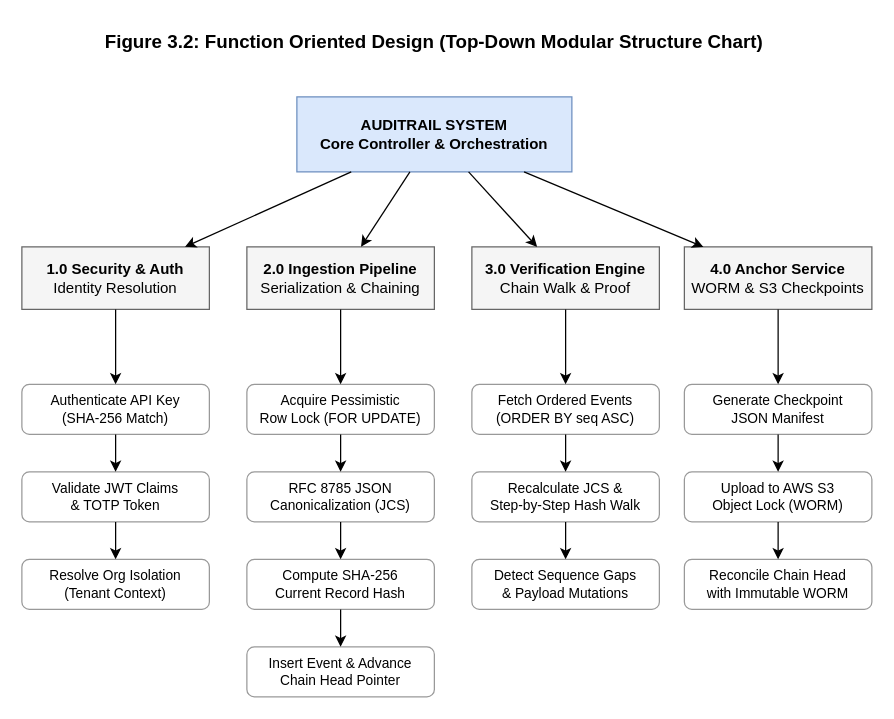
YashBiware/AuditRail keeps this draw.io diagram as diagrams/drawio_xml/3.2_function_oriented_design.drawio.xml. Above is the earlier version. Source tidied: cells renumbered, new cells numbered last; positions are measured from the earlier drawing's top-left corner, leaving out a move shared by most shapes. Both pictures are drawn from the tidied source at 125%, with x=0, y=0 at pixel (21, 21).
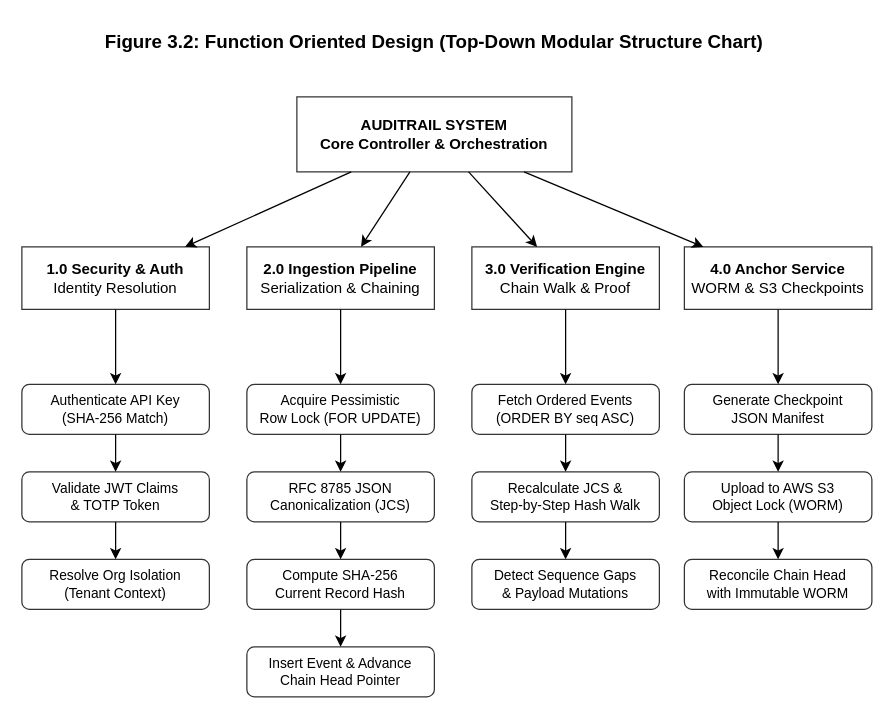
The same page after the edit.

The edit, as a diff of the source:
```diff
@@
-<mxGraphModel>
+<mxGraphModel background="#ffffff">
@@
-    <mxCell id="3" value="&lt;b&gt;AUDITRAIL SYSTEM&lt;/b&gt;&lt;br&gt;Core Controller &amp;amp; Orchestration" style="rounded=0;whiteSpace=wrap;html=1;fillColor=#dae8fc;strokeColor=#6c8ebf;fontStyle=1;" parent="1" vertex="1">
+    <mxCell id="3" value="&lt;b&gt;AUDITRAIL SYSTEM&lt;/b&gt;&lt;br&gt;Core Controller &amp;amp; Orchestration" style="rounded=0;whiteSpace=wrap;html=1;fillColor=#ffffff;strokeColor=#333333;fontStyle=1;" parent="1" vertex="1">
       <mxGeometry x="220" y="60" width="220" height="60" as="geometry" />
     </mxCell>
-    <mxCell id="4" value="&lt;b&gt;1.0 Security &amp;amp; Auth&lt;/b&gt;&lt;br&gt;Identity Resolution" style="rounded=0;whiteSpace=wrap;html=1;fillColor=#f5f5f5;strokeColor=#666666;" parent="1" vertex="1">
+    <mxCell id="4" value="&lt;b&gt;1.0 Security &amp;amp; Auth&lt;/b&gt;&lt;br&gt;Identity Resolution" style="rounded=0;whiteSpace=wrap;html=1;fillColor=#ffffff;strokeColor=#333333;" parent="1" vertex="1">
       <mxGeometry y="180" width="150" height="50" as="geometry" />
     </mxCell>
-    <mxCell id="5" value="&lt;b&gt;2.0 Ingestion Pipeline&lt;/b&gt;&lt;br&gt;Serialization &amp;amp; Chaining" style="rounded=0;whiteSpace=wrap;html=1;fillColor=#f5f5f5;strokeColor=#666666;" parent="1" vertex="1">
+    <mxCell id="5" value="&lt;b&gt;2.0 Ingestion Pipeline&lt;/b&gt;&lt;br&gt;Serialization &amp;amp; Chaining" style="rounded=0;whiteSpace=wrap;html=1;fillColor=#ffffff;strokeColor=#333333;" parent="1" vertex="1">
       <mxGeometry x="180" y="180" width="150" height="50" as="geometry" />
     </mxCell>
-    <mxCell id="6" value="&lt;b&gt;3.0 Verification Engine&lt;/b&gt;&lt;br&gt;Chain Walk &amp;amp; Proof" style="rounded=0;whiteSpace=wrap;html=1;fillColor=#f5f5f5;strokeColor=#666666;" parent="1" vertex="1">
+    <mxCell id="6" value="&lt;b&gt;3.0 Verification Engine&lt;/b&gt;&lt;br&gt;Chain Walk &amp;amp; Proof" style="rounded=0;whiteSpace=wrap;html=1;fillColor=#ffffff;strokeColor=#333333;" parent="1" vertex="1">
       <mxGeometry x="360" y="180" width="150" height="50" as="geometry" />
     </mxCell>
-    <mxCell id="7" value="&lt;b&gt;4.0 Anchor Service&lt;/b&gt;&lt;br&gt;WORM &amp;amp; S3 Checkpoints" style="rounded=0;whiteSpace=wrap;html=1;fillColor=#f5f5f5;strokeColor=#666666;" parent="1" vertex="1">
+    <mxCell id="7" value="&lt;b&gt;4.0 Anchor Service&lt;/b&gt;&lt;br&gt;WORM &amp;amp; S3 Checkpoints" style="rounded=0;whiteSpace=wrap;html=1;fillColor=#ffffff;strokeColor=#333333;" parent="1" vertex="1">
       <mxGeometry x="530" y="180" width="150" height="50" as="geometry" />
     </mxCell>
-    <mxCell id="8" value="Authenticate API Key&lt;br&gt;(SHA-256 Match)" style="rounded=1;whiteSpace=wrap;html=1;fillColor=#ffffff;strokeColor=#999999;fontSize=11;" parent="1" vertex="1">
+    <mxCell id="8" value="Authenticate API Key&lt;br&gt;(SHA-256 Match)" style="rounded=1;whiteSpace=wrap;html=1;fillColor=#ffffff;strokeColor=#333333;fontSize=11;" parent="1" vertex="1">
       <mxGeometry y="290" width="150" height="40" as="geometry" />
     </mxCell>
-    <mxCell id="9" value="Validate JWT Claims&lt;br&gt;&amp;amp; TOTP Token" style="rounded=1;whiteSpace=wrap;html=1;fillColor=#ffffff;strokeColor=#999999;fontSize=11;" parent="1" vertex="1">
+    <mxCell id="9" value="Validate JWT Claims&lt;br&gt;&amp;amp; TOTP Token" style="rounded=1;whiteSpace=wrap;html=1;fillColor=#ffffff;strokeColor=#333333;fontSize=11;" parent="1" vertex="1">
       <mxGeometry y="360" width="150" height="40" as="geometry" />
     </mxCell>
-    <mxCell id="10" value="Resolve Org Isolation&lt;br&gt;(Tenant Context)" style="rounded=1;whiteSpace=wrap;html=1;fillColor=#ffffff;strokeColor=#999999;fontSize=11;" parent="1" vertex="1">
+    <mxCell id="10" value="Resolve Org Isolation&lt;br&gt;(Tenant Context)" style="rounded=1;whiteSpace=wrap;html=1;fillColor=#ffffff;strokeColor=#333333;fontSize=11;" parent="1" vertex="1">
       <mxGeometry y="430" width="150" height="40" as="geometry" />
     </mxCell>
-    <mxCell id="11" value="Acquire Pessimistic&lt;br&gt;Row Lock (FOR UPDATE)" style="rounded=1;whiteSpace=wrap;html=1;fillColor=#ffffff;strokeColor=#999999;fontSize=11;" parent="1" vertex="1">
+    <mxCell id="11" value="Acquire Pessimistic&lt;br&gt;Row Lock (FOR UPDATE)" style="rounded=1;whiteSpace=wrap;html=1;fillColor=#ffffff;strokeColor=#333333;fontSize=11;" parent="1" vertex="1">
       <mxGeometry x="180" y="290" width="150" height="40" as="geometry" />
     </mxCell>
-    <mxCell id="12" value="RFC 8785 JSON&lt;br&gt;Canonicalization (JCS)" style="rounded=1;whiteSpace=wrap;html=1;fillColor=#ffffff;strokeColor=#999999;fontSize=11;" parent="1" vertex="1">
+    <mxCell id="12" value="RFC 8785 JSON&lt;br&gt;Canonicalization (JCS)" style="rounded=1;whiteSpace=wrap;html=1;fillColor=#ffffff;strokeColor=#333333;fontSize=11;" parent="1" vertex="1">
       <mxGeometry x="180" y="360" width="150" height="40" as="geometry" />
     </mxCell>
-    <mxCell id="13" value="Compute SHA-256&lt;br&gt;Current Record Hash" style="rounded=1;whiteSpace=wrap;html=1;fillColor=#ffffff;strokeColor=#999999;fontSize=11;" parent="1" vertex="1">
+    <mxCell id="13" value="Compute SHA-256&lt;br&gt;Current Record Hash" style="rounded=1;whiteSpace=wrap;html=1;fillColor=#ffffff;strokeColor=#333333;fontSize=11;" parent="1" vertex="1">
       <mxGeometry x="180" y="430" width="150" height="40" as="geometry" />
     </mxCell>
-    <mxCell id="14" value="Insert Event &amp;amp; Advance&lt;br&gt;Chain Head Pointer" style="rounded=1;whiteSpace=wrap;html=1;fillColor=#ffffff;strokeColor=#999999;fontSize=11;" parent="1" vertex="1">
+    <mxCell id="14" value="Insert Event &amp;amp; Advance&lt;br&gt;Chain Head Pointer" style="rounded=1;whiteSpace=wrap;html=1;fillColor=#ffffff;strokeColor=#333333;fontSize=11;" parent="1" vertex="1">
       <mxGeometry x="180" y="500" width="150" height="40" as="geometry" />
     </mxCell>
-    <mxCell id="15" value="Fetch Ordered Events&lt;br&gt;(ORDER BY seq ASC)" style="rounded=1;whiteSpace=wrap;html=1;fillColor=#ffffff;strokeColor=#999999;fontSize=11;" parent="1" vertex="1">
+    <mxCell id="15" value="Fetch Ordered Events&lt;br&gt;(ORDER BY seq ASC)" style="rounded=1;whiteSpace=wrap;html=1;fillColor=#ffffff;strokeColor=#333333;fontSize=11;" parent="1" vertex="1">
       <mxGeometry x="360" y="290" width="150" height="40" as="geometry" />
     </mxCell>
-    <mxCell id="16" value="Recalculate JCS &amp;amp;&lt;br&gt;Step-by-Step Hash Walk" style="rounded=1;whiteSpace=wrap;html=1;fillColor=#ffffff;strokeColor=#999999;fontSize=11;" parent="1" vertex="1">
+    <mxCell id="16" value="Recalculate JCS &amp;amp;&lt;br&gt;Step-by-Step Hash Walk" style="rounded=1;whiteSpace=wrap;html=1;fillColor=#ffffff;strokeColor=#333333;fontSize=11;" parent="1" vertex="1">
       <mxGeometry x="360" y="360" width="150" height="40" as="geometry" />
     </mxCell>
-    <mxCell id="17" value="Detect Sequence Gaps&lt;br&gt;&amp;amp; Payload Mutations" style="rounded=1;whiteSpace=wrap;html=1;fillColor=#ffffff;strokeColor=#999999;fontSize=11;" parent="1" vertex="1">
+    <mxCell id="17" value="Detect Sequence Gaps&lt;br&gt;&amp;amp; Payload Mutations" style="rounded=1;whiteSpace=wrap;html=1;fillColor=#ffffff;strokeColor=#333333;fontSize=11;" parent="1" vertex="1">
       <mxGeometry x="360" y="430" width="150" height="40" as="geometry" />
     </mxCell>
-    <mxCell id="18" value="Generate Checkpoint&lt;br&gt;JSON Manifest" style="rounded=1;whiteSpace=wrap;html=1;fillColor=#ffffff;strokeColor=#999999;fontSize=11;" parent="1" vertex="1">
+    <mxCell id="18" value="Generate Checkpoint&lt;br&gt;JSON Manifest" style="rounded=1;whiteSpace=wrap;html=1;fillColor=#ffffff;strokeColor=#333333;fontSize=11;" parent="1" vertex="1">
       <mxGeometry x="530" y="290" width="150" height="40" as="geometry" />
     </mxCell>
-    <mxCell id="19" value="Upload to AWS S3&lt;br&gt;Object Lock (WORM)" style="rounded=1;whiteSpace=wrap;html=1;fillColor=#ffffff;strokeColor=#999999;fontSize=11;" parent="1" vertex="1">
+    <mxCell id="19" value="Upload to AWS S3&lt;br&gt;Object Lock (WORM)" style="rounded=1;whiteSpace=wrap;html=1;fillColor=#ffffff;strokeColor=#333333;fontSize=11;" parent="1" vertex="1">
       <mxGeometry x="530" y="360" width="150" height="40" as="geometry" />
     </mxCell>
-    <mxCell id="20" value="Reconcile Chain Head&lt;br&gt;with Immutable WORM" style="rounded=1;whiteSpace=wrap;html=1;fillColor=#ffffff;strokeColor=#999999;fontSize=11;" parent="1" vertex="1">
+    <mxCell id="20" value="Reconcile Chain Head&lt;br&gt;with Immutable WORM" style="rounded=1;whiteSpace=wrap;html=1;fillColor=#ffffff;strokeColor=#333333;fontSize=11;" parent="1" vertex="1">
       <mxGeometry x="530" y="430" width="150" height="40" as="geometry" />
     </mxCell>
```
